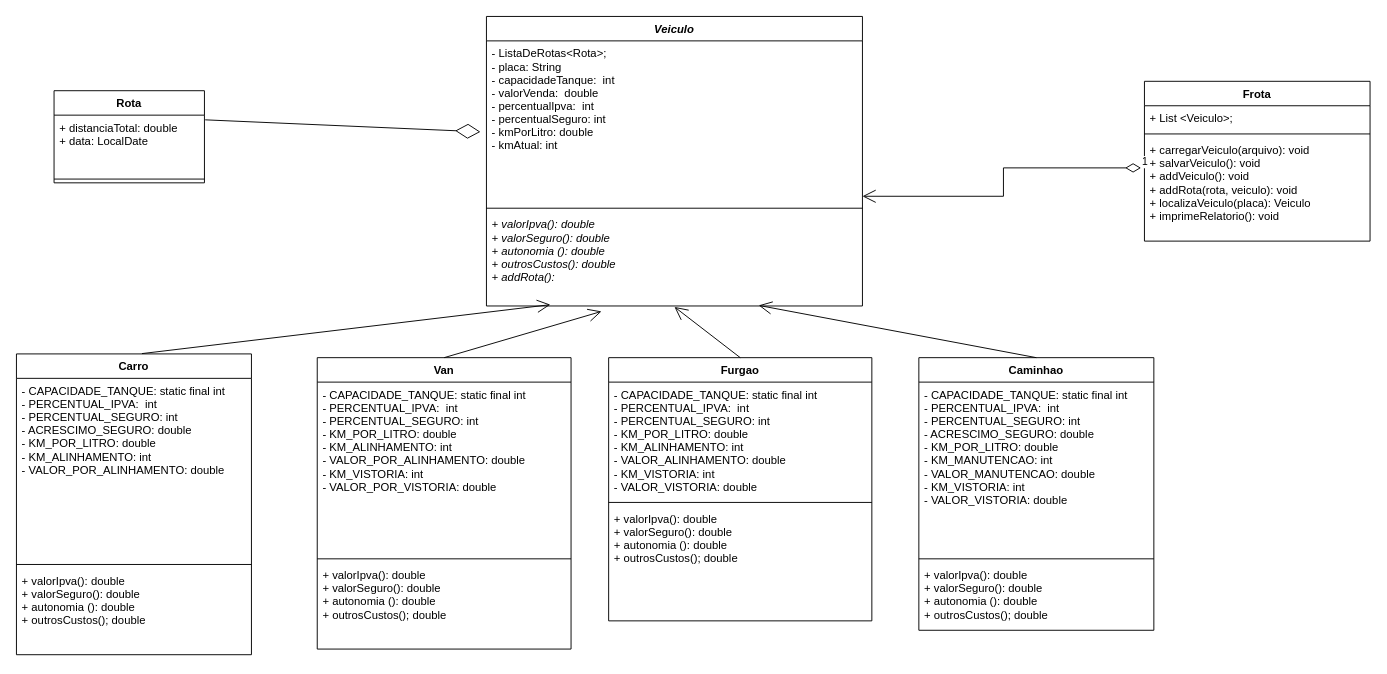
Before: docs/diagramas/LPM - Diagrama Projeto 3.drawio in DisciplinasProgramacao/projetos-3-4-5-t-e-a-m, a draw.io diagram. Source tidied: cells renumbered, new cells numbered last; positions are measured from the earlier drawing's top-left corner, leaving out a move shared by most shapes. Both pictures are drawn from the tidied source at 94%, with x=0, y=0 at pixel (16, 16).
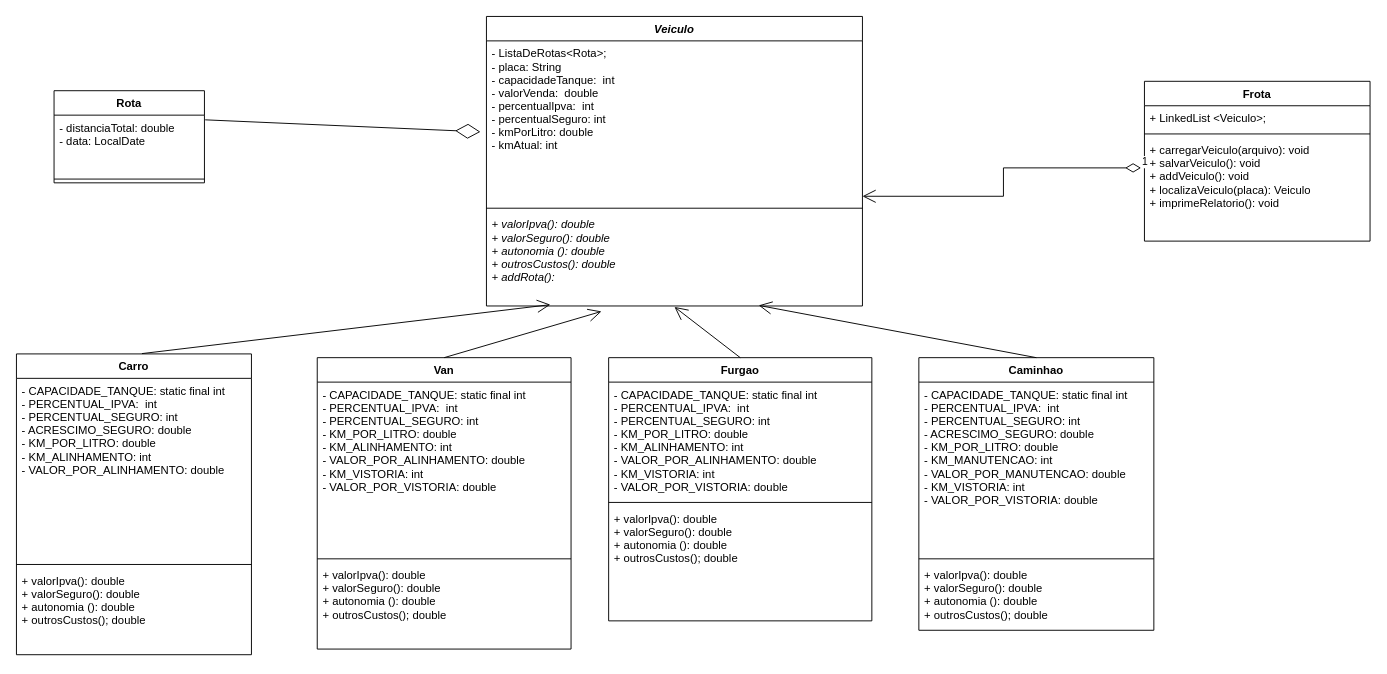
The same diagram, later.

The change refers to these unchanged cells:
```xml
<mxCell id="6" value="Rota" style="swimlane;fontStyle=1;align=center;verticalAlign=top;horizontal=1;startSize=26;" parent="1" vertex="1">
  <mxGeometry x="40" y="79" width="160" height="98" as="geometry" />
</mxCell>
<mxCell id="9" value="Frota" style="swimlane;fontStyle=1;align=center;verticalAlign=top;horizontal=1;startSize=26;" parent="1" vertex="1">
  <mxGeometry x="1200" y="69" width="240" height="170" as="geometry" />
</mxCell>
<mxCell id="22" value="Furgao" style="swimlane;fontStyle=1;align=center;verticalAlign=top;horizontal=1;startSize=26;" parent="1" vertex="1">
  <mxGeometry x="630" y="363" width="280" height="280" as="geometry" />
</mxCell>
<mxCell id="26" value="Caminhao" style="swimlane;fontStyle=1;align=center;verticalAlign=top;horizontal=1;startSize=26;" parent="1" vertex="1">
  <mxGeometry x="960" y="363" width="250" height="290" as="geometry" />
</mxCell>
```

The edit, as a diff of the source:
```diff
@@
-    <mxCell id="7" value="+ distanciaTotal: double&#10;+ data: LocalDate " style="text;strokeColor=none;fillColor=none;align=left;verticalAlign=top;spacingLeft=4;spacingRight=4;overflow=hidden;points=[[0,0.5],[1,0.5]];portConstraint=eastwest;" parent="6" vertex="1">
+    <mxCell id="7" value="- distanciaTotal: double&#10;- data: LocalDate " style="text;strokeColor=none;fillColor=none;align=left;verticalAlign=top;spacingLeft=4;spacingRight=4;overflow=hidden;points=[[0,0.5],[1,0.5]];portConstraint=eastwest;" parent="6" vertex="1">
       <mxGeometry y="26" width="160" height="64" as="geometry" />
     </mxCell>
@@
-    <mxCell id="10" value="+ List &lt;Veiculo&gt;;" style="text;strokeColor=none;fillColor=none;align=left;verticalAlign=top;spacingLeft=4;spacingRight=4;overflow=hidden;" parent="9" vertex="1">
+    <mxCell id="10" value="+ LinkedList &lt;Veiculo&gt;;" style="text;strokeColor=none;fillColor=none;align=left;verticalAlign=top;spacingLeft=4;spacingRight=4;overflow=hidden;" parent="9" vertex="1">
       <mxGeometry y="26" width="240" height="26" as="geometry" />
     </mxCell>
@@
-    <mxCell id="12" value="+ carregarVeiculo(arquivo): void&#10;+ salvarVeiculo(): void&#10;+ addVeiculo(): void&#10;+ addRota(rota, veiculo): void&#10;+ localizaVeiculo(placa): Veiculo&#10;+ imprimeRelatorio(): void" style="text;strokeColor=none;fillColor=none;align=left;verticalAlign=top;spacingLeft=4;spacingRight=4;overflow=hidden;points=[[0,0.5],[1,0.5]];portConstraint=eastwest;" parent="9" vertex="1">
+    <mxCell id="12" value="+ carregarVeiculo(arquivo): void&#10;+ salvarVeiculo(): void&#10;+ addVeiculo(): void&#10;+ localizaVeiculo(placa): Veiculo&#10;+ imprimeRelatorio(): void" style="text;strokeColor=none;fillColor=none;align=left;verticalAlign=top;spacingLeft=4;spacingRight=4;overflow=hidden;points=[[0,0.5],[1,0.5]];portConstraint=eastwest;" parent="9" vertex="1">
       <mxGeometry y="60" width="240" height="110" as="geometry" />
     </mxCell>
@@
-    <mxCell id="23" value="- CAPACIDADE_TANQUE: static final int&#10;- PERCENTUAL_IPVA:  int&#10;- PERCENTUAL_SEGURO: int&#10;- KM_POR_LITRO: double&#10;- KM_ALINHAMENTO: int&#10;- VALOR_ALINHAMENTO: double&#10;- KM_VISTORIA: int&#10;- VALOR_VISTORIA: double&#10;" style="text;strokeColor=none;fillColor=none;align=left;verticalAlign=top;spacingLeft=4;spacingRight=4;overflow=hidden;" parent="22" vertex="1">
+    <mxCell id="23" value="- CAPACIDADE_TANQUE: static final int&#10;- PERCENTUAL_IPVA:  int&#10;- PERCENTUAL_SEGURO: int&#10;- KM_POR_LITRO: double&#10;- KM_ALINHAMENTO: int&#10;- VALOR_POR_ALINHAMENTO: double&#10;- KM_VISTORIA: int&#10;- VALOR_POR_VISTORIA: double&#10;" style="text;strokeColor=none;fillColor=none;align=left;verticalAlign=top;spacingLeft=4;spacingRight=4;overflow=hidden;" parent="22" vertex="1">
       <mxGeometry y="26" width="280" height="124" as="geometry" />
     </mxCell>
@@
-    <mxCell id="27" value="- CAPACIDADE_TANQUE: static final int&#10;- PERCENTUAL_IPVA:  int&#10;- PERCENTUAL_SEGURO: int&#10;- ACRESCIMO_SEGURO: double&#10;- KM_POR_LITRO: double&#10;- KM_MANUTENCAO: int&#10;- VALOR_MANUTENCAO: double&#10;- KM_VISTORIA: int&#10;- VALOR_VISTORIA: double&#10;" style="text;strokeColor=none;fillColor=none;align=left;verticalAlign=top;spacingLeft=4;spacingRight=4;overflow=hidden;fontStyle=0;" parent="26" vertex="1">
+    <mxCell id="27" value="- CAPACIDADE_TANQUE: static final int&#10;- PERCENTUAL_IPVA:  int&#10;- PERCENTUAL_SEGURO: int&#10;- ACRESCIMO_SEGURO: double&#10;- KM_POR_LITRO: double&#10;- KM_MANUTENCAO: int&#10;- VALOR_POR_MANUTENCAO: double&#10;- KM_VISTORIA: int&#10;- VALOR_POR_VISTORIA: double&#10;" style="text;strokeColor=none;fillColor=none;align=left;verticalAlign=top;spacingLeft=4;spacingRight=4;overflow=hidden;fontStyle=0;" parent="26" vertex="1">
       <mxGeometry y="26" width="250" height="184" as="geometry" />
     </mxCell>
```
